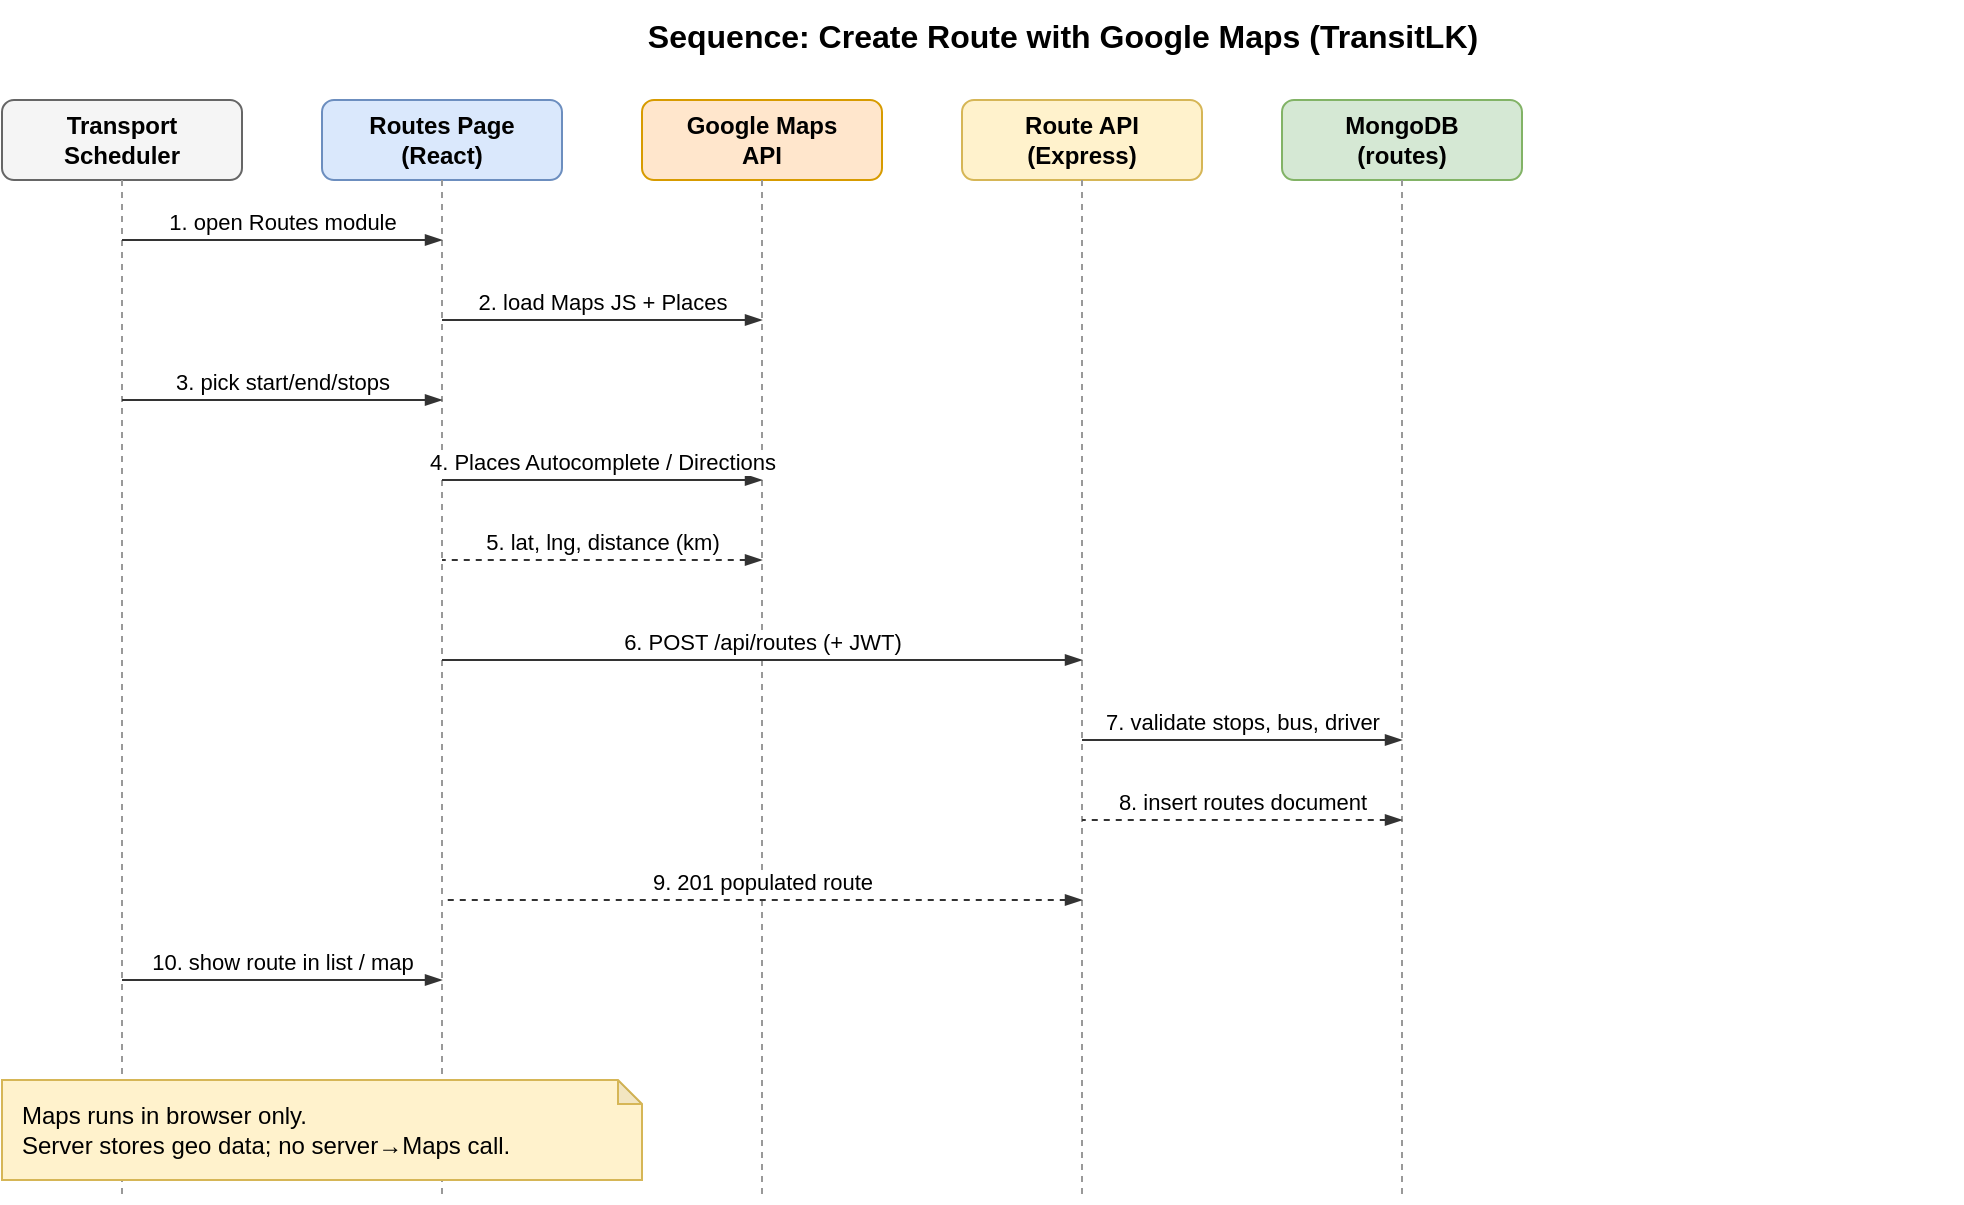
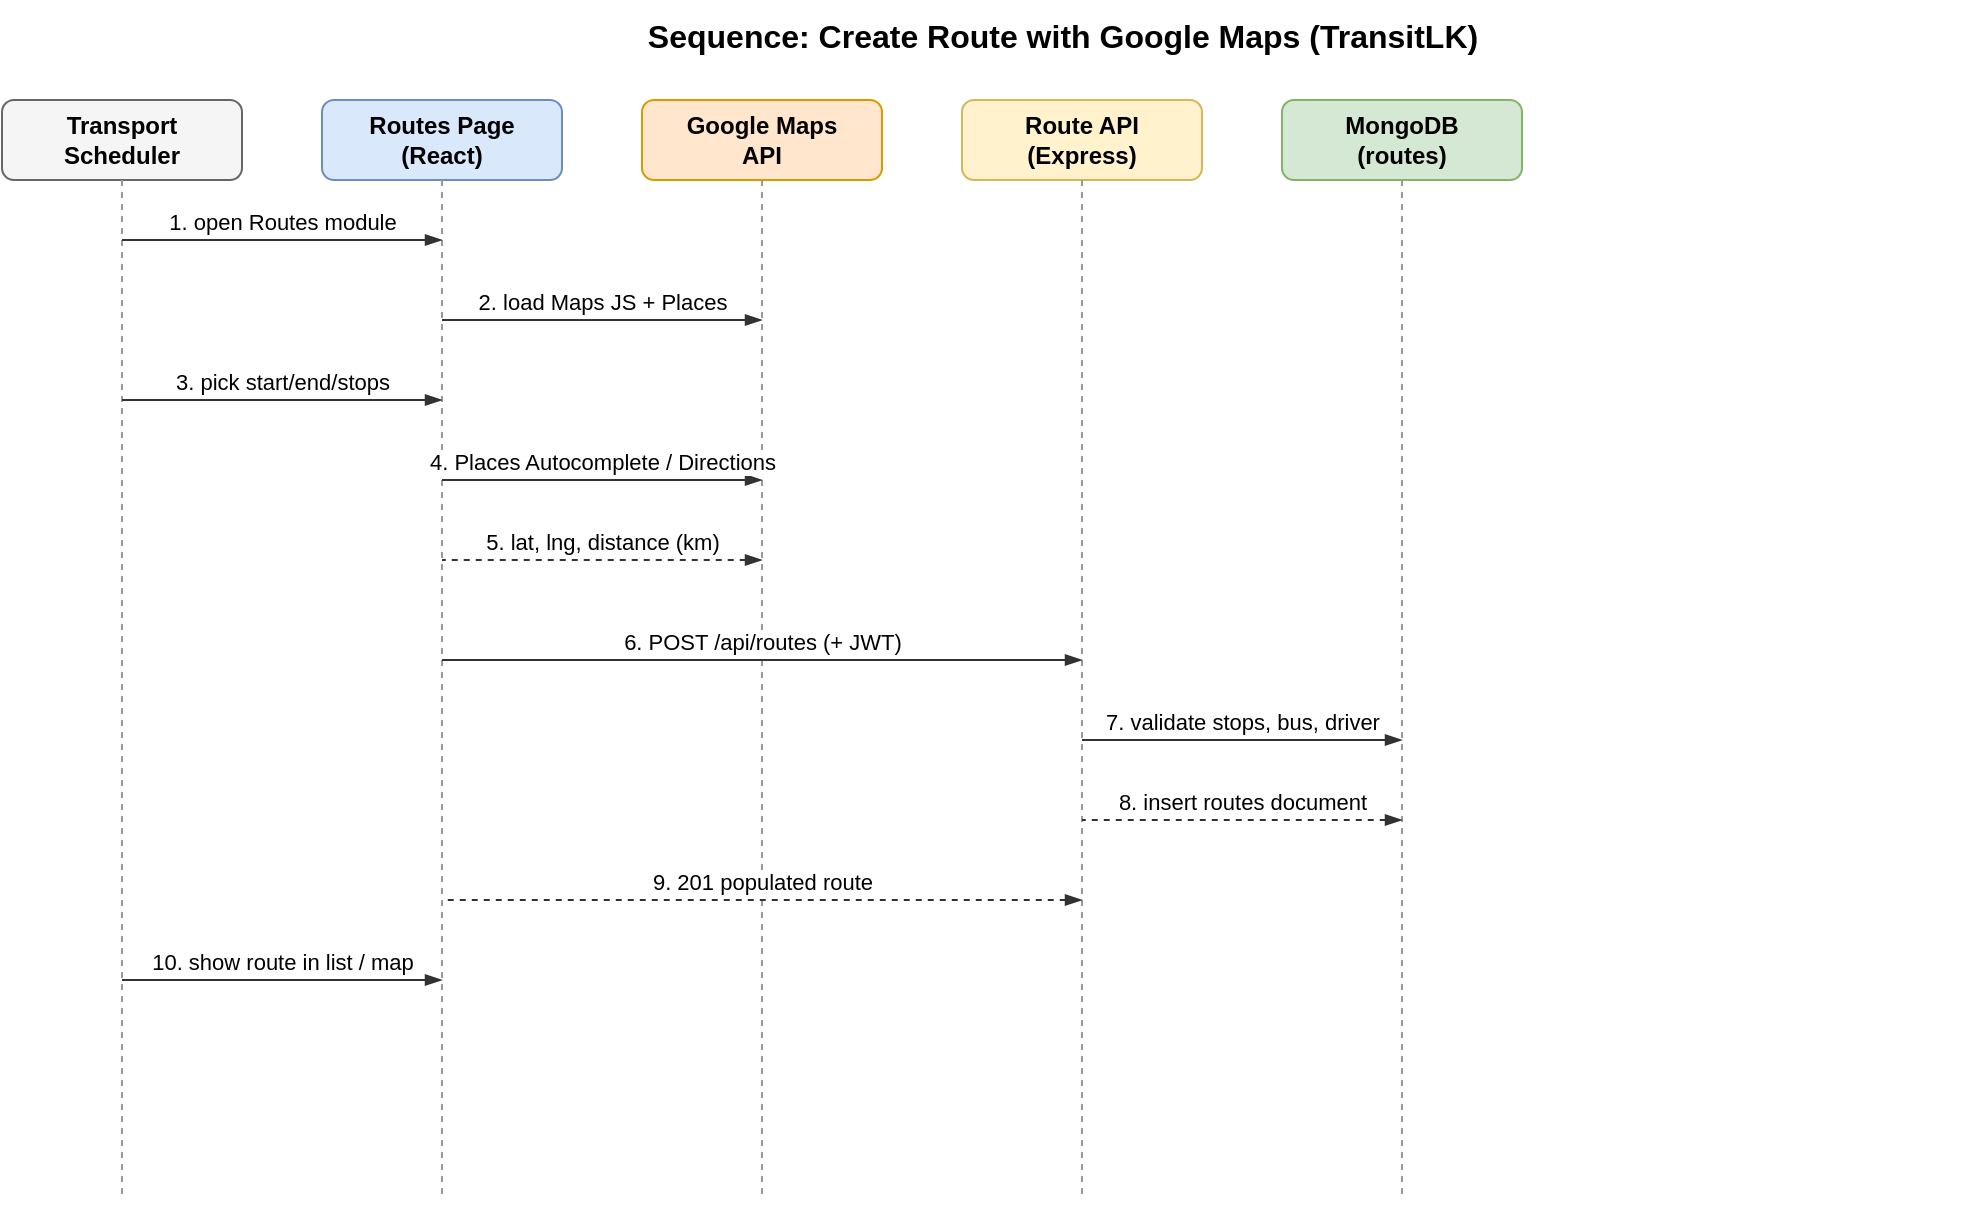
- <?xml version="1.0" encoding="UTF-8"?>
- <mxfile host="app.diagrams.net" agent="TransitLK" version="22.1.0" type="device">
+ <mxfile host="Electron" agent="TransitLK">
  <diagram id="02-create-route-with-maps" name="02-create-route-with-maps">
-     <mxGraphModel dx="1200" dy="800" grid="1" gridSize="10" guides="1" tooltips="1" connect="1" arrows="1" fold="1" page="1" pageScale="1" pageWidth="1100" pageHeight="640" math="0" shadow="0">
+     <mxGraphModel dx="993" dy="744" grid="0" gridSize="10" guides="1" tooltips="1" connect="1" arrows="1" fold="1" page="1" pageScale="1" pageWidth="1100" pageHeight="640" math="0" shadow="0">
      <root>
-         <mxCell id="0"/>
-         <mxCell id="1" parent="0"/>
-         <mxCell id="2" value="Sequence: Create Route with Google Maps (TransitLK)" style="text;html=1;strokeColor=none;fillColor=none;align=center;verticalAlign=middle;fontStyle=1;fontSize=16;" vertex="1" parent="1">
-           <mxGeometry x="120" y="20" width="900" height="36" as="geometry"/>
+         <mxCell id="0" />
+         <mxCell id="1" parent="0" />
+         <mxCell id="2" parent="1" style="text;html=1;strokeColor=none;fillColor=none;align=center;verticalAlign=middle;fontStyle=1;fontSize=16;" value="Sequence: Create Route with Google Maps (TransitLK)" vertex="1">
+           <mxGeometry height="36" width="900" x="120" y="20" as="geometry" />
        </mxCell>
-         <mxCell id="3" value="Transport&lt;br&gt;Scheduler" style="rounded=1;whiteSpace=wrap;html=1;fillColor=#f5f5f5;strokeColor=#666666;fontStyle=1;align=center;" vertex="1" parent="1">
-           <mxGeometry x="40" y="70" width="120" height="40" as="geometry"/>
+         <mxCell id="3" parent="1" style="rounded=1;whiteSpace=wrap;html=1;fillColor=#f5f5f5;strokeColor=#666666;fontStyle=1;align=center;" value="Transport&lt;br&gt;Scheduler" vertex="1">
+           <mxGeometry height="40" width="120" x="40" y="70" as="geometry" />
        </mxCell>
-         <mxCell id="4" value="" style="endArrow=none;dashed=1;html=1;strokeColor=#999999;" edge="1" parent="1">
+         <mxCell id="4" edge="1" parent="1" style="endArrow=none;dashed=1;html=1;strokeColor=#999999;" value="">
          <mxGeometry relative="1" as="geometry">
-             <mxPoint x="100" y="110" as="sourcePoint"/>
-             <mxPoint x="100" y="620" as="targetPoint"/>
+             <mxPoint x="100" y="110" as="sourcePoint" />
+             <mxPoint x="100" y="620" as="targetPoint" />
          </mxGeometry>
        </mxCell>
-         <mxCell id="5" value="Routes Page&lt;br&gt;(React)" style="rounded=1;whiteSpace=wrap;html=1;fillColor=#dae8fc;strokeColor=#6c8ebf;fontStyle=1;align=center;" vertex="1" parent="1">
-           <mxGeometry x="200" y="70" width="120" height="40" as="geometry"/>
+         <mxCell id="5" parent="1" style="rounded=1;whiteSpace=wrap;html=1;fillColor=#dae8fc;strokeColor=#6c8ebf;fontStyle=1;align=center;" value="Routes Page&lt;br&gt;(React)" vertex="1">
+           <mxGeometry height="40" width="120" x="200" y="70" as="geometry" />
        </mxCell>
-         <mxCell id="6" value="" style="endArrow=none;dashed=1;html=1;strokeColor=#999999;" edge="1" parent="1">
+         <mxCell id="6" edge="1" parent="1" style="endArrow=none;dashed=1;html=1;strokeColor=#999999;" value="">
          <mxGeometry relative="1" as="geometry">
-             <mxPoint x="260" y="110" as="sourcePoint"/>
-             <mxPoint x="260" y="620" as="targetPoint"/>
+             <mxPoint x="260" y="110" as="sourcePoint" />
+             <mxPoint x="260" y="620" as="targetPoint" />
          </mxGeometry>
        </mxCell>
-         <mxCell id="7" value="Google Maps&lt;br&gt;API" style="rounded=1;whiteSpace=wrap;html=1;fillColor=#ffe6cc;strokeColor=#d79b00;fontStyle=1;align=center;" vertex="1" parent="1">
-           <mxGeometry x="360" y="70" width="120" height="40" as="geometry"/>
+         <mxCell id="7" parent="1" style="rounded=1;whiteSpace=wrap;html=1;fillColor=#ffe6cc;strokeColor=#d79b00;fontStyle=1;align=center;" value="Google Maps&lt;br&gt;API" vertex="1">
+           <mxGeometry height="40" width="120" x="360" y="70" as="geometry" />
        </mxCell>
-         <mxCell id="8" value="" style="endArrow=none;dashed=1;html=1;strokeColor=#999999;" edge="1" parent="1">
+         <mxCell id="8" edge="1" parent="1" style="endArrow=none;dashed=1;html=1;strokeColor=#999999;" value="">
          <mxGeometry relative="1" as="geometry">
-             <mxPoint x="420" y="110" as="sourcePoint"/>
-             <mxPoint x="420" y="620" as="targetPoint"/>
+             <mxPoint x="420" y="110" as="sourcePoint" />
+             <mxPoint x="420" y="620" as="targetPoint" />
          </mxGeometry>
        </mxCell>
-         <mxCell id="9" value="Route API&lt;br&gt;(Express)" style="rounded=1;whiteSpace=wrap;html=1;fillColor=#fff2cc;strokeColor=#d6b656;fontStyle=1;align=center;" vertex="1" parent="1">
-           <mxGeometry x="520" y="70" width="120" height="40" as="geometry"/>
+         <mxCell id="9" parent="1" style="rounded=1;whiteSpace=wrap;html=1;fillColor=#fff2cc;strokeColor=#d6b656;fontStyle=1;align=center;" value="Route API&lt;br&gt;(Express)" vertex="1">
+           <mxGeometry height="40" width="120" x="520" y="70" as="geometry" />
        </mxCell>
-         <mxCell id="10" value="" style="endArrow=none;dashed=1;html=1;strokeColor=#999999;" edge="1" parent="1">
+         <mxCell id="10" edge="1" parent="1" style="endArrow=none;dashed=1;html=1;strokeColor=#999999;" value="">
          <mxGeometry relative="1" as="geometry">
-             <mxPoint x="580" y="110" as="sourcePoint"/>
-             <mxPoint x="580" y="620" as="targetPoint"/>
+             <mxPoint x="580" y="110" as="sourcePoint" />
+             <mxPoint x="580" y="620" as="targetPoint" />
          </mxGeometry>
        </mxCell>
-         <mxCell id="11" value="MongoDB&lt;br&gt;(routes)" style="rounded=1;whiteSpace=wrap;html=1;fillColor=#d5e8d4;strokeColor=#82b366;fontStyle=1;align=center;" vertex="1" parent="1">
-           <mxGeometry x="680" y="70" width="120" height="40" as="geometry"/>
+         <mxCell id="11" parent="1" style="rounded=1;whiteSpace=wrap;html=1;fillColor=#d5e8d4;strokeColor=#82b366;fontStyle=1;align=center;" value="MongoDB&lt;br&gt;(routes)" vertex="1">
+           <mxGeometry height="40" width="120" x="680" y="70" as="geometry" />
        </mxCell>
-         <mxCell id="12" value="" style="endArrow=none;dashed=1;html=1;strokeColor=#999999;" edge="1" parent="1">
+         <mxCell id="12" edge="1" parent="1" style="endArrow=none;dashed=1;html=1;strokeColor=#999999;" value="">
          <mxGeometry relative="1" as="geometry">
-             <mxPoint x="740" y="110" as="sourcePoint"/>
-             <mxPoint x="740" y="620" as="targetPoint"/>
+             <mxPoint x="740" y="110" as="sourcePoint" />
+             <mxPoint x="740" y="620" as="targetPoint" />
          </mxGeometry>
        </mxCell>
-         <mxCell id="13" value="1. open Routes module" style="endArrow=blockThin;endFill=1;startArrow=none;html=1;strokeColor=#333333;fontSize=11;verticalAlign=bottom;labelBackgroundColor=#ffffff;" edge="1" parent="1">
+         <mxCell id="13" edge="1" parent="1" style="endArrow=blockThin;endFill=1;startArrow=none;html=1;strokeColor=#333333;fontSize=11;verticalAlign=bottom;labelBackgroundColor=#ffffff;" value="1. open Routes module">
          <mxGeometry relative="1" as="geometry">
-             <mxPoint x="100" y="140" as="sourcePoint"/>
-             <mxPoint x="260" y="140" as="targetPoint"/>
+             <mxPoint x="100" y="140" as="sourcePoint" />
+             <mxPoint x="260" y="140" as="targetPoint" />
          </mxGeometry>
        </mxCell>
-         <mxCell id="14" value="2. load Maps JS + Places" style="endArrow=blockThin;endFill=1;startArrow=none;html=1;strokeColor=#333333;fontSize=11;verticalAlign=bottom;labelBackgroundColor=#ffffff;" edge="1" parent="1">
+         <mxCell id="14" edge="1" parent="1" style="endArrow=blockThin;endFill=1;startArrow=none;html=1;strokeColor=#333333;fontSize=11;verticalAlign=bottom;labelBackgroundColor=#ffffff;" value="2. load Maps JS + Places">
          <mxGeometry relative="1" as="geometry">
-             <mxPoint x="260" y="180" as="sourcePoint"/>
-             <mxPoint x="420" y="180" as="targetPoint"/>
+             <mxPoint x="260" y="180" as="sourcePoint" />
+             <mxPoint x="420" y="180" as="targetPoint" />
          </mxGeometry>
        </mxCell>
-         <mxCell id="15" value="3. pick start/end/stops" style="endArrow=blockThin;endFill=1;startArrow=none;html=1;strokeColor=#333333;fontSize=11;verticalAlign=bottom;labelBackgroundColor=#ffffff;" edge="1" parent="1">
+         <mxCell id="15" edge="1" parent="1" style="endArrow=blockThin;endFill=1;startArrow=none;html=1;strokeColor=#333333;fontSize=11;verticalAlign=bottom;labelBackgroundColor=#ffffff;" value="3. pick start/end/stops">
          <mxGeometry relative="1" as="geometry">
-             <mxPoint x="100" y="220" as="sourcePoint"/>
-             <mxPoint x="260" y="220" as="targetPoint"/>
+             <mxPoint x="100" y="220" as="sourcePoint" />
+             <mxPoint x="260" y="220" as="targetPoint" />
          </mxGeometry>
        </mxCell>
-         <mxCell id="16" value="4. Places Autocomplete / Directions" style="endArrow=blockThin;endFill=1;startArrow=none;html=1;strokeColor=#333333;fontSize=11;verticalAlign=bottom;labelBackgroundColor=#ffffff;" edge="1" parent="1">
+         <mxCell id="16" edge="1" parent="1" style="endArrow=blockThin;endFill=1;startArrow=none;html=1;strokeColor=#333333;fontSize=11;verticalAlign=bottom;labelBackgroundColor=#ffffff;" value="4. Places Autocomplete / Directions">
          <mxGeometry relative="1" as="geometry">
-             <mxPoint x="260" y="260" as="sourcePoint"/>
-             <mxPoint x="420" y="260" as="targetPoint"/>
+             <mxPoint x="260" y="260" as="sourcePoint" />
+             <mxPoint x="420" y="260" as="targetPoint" />
          </mxGeometry>
        </mxCell>
-         <mxCell id="17" value="5. lat, lng, distance (km)" style="startArrow=blockThin;startFill=1;endArrow=none;dashed=1;html=1;strokeColor=#333333;fontSize=11;verticalAlign=bottom;labelBackgroundColor=#ffffff;" edge="1" parent="1">
+         <mxCell id="17" edge="1" parent="1" style="startArrow=blockThin;startFill=1;endArrow=none;dashed=1;html=1;strokeColor=#333333;fontSize=11;verticalAlign=bottom;labelBackgroundColor=#ffffff;" value="5. lat, lng, distance (km)">
          <mxGeometry relative="1" as="geometry">
-             <mxPoint x="420" y="300" as="sourcePoint"/>
-             <mxPoint x="260" y="300" as="targetPoint"/>
+             <mxPoint x="420" y="300" as="sourcePoint" />
+             <mxPoint x="260" y="300" as="targetPoint" />
          </mxGeometry>
        </mxCell>
-         <mxCell id="18" value="6. POST /api/routes (+ JWT)" style="endArrow=blockThin;endFill=1;startArrow=none;html=1;strokeColor=#333333;fontSize=11;verticalAlign=bottom;labelBackgroundColor=#ffffff;" edge="1" parent="1">
+         <mxCell id="18" edge="1" parent="1" style="endArrow=blockThin;endFill=1;startArrow=none;html=1;strokeColor=#333333;fontSize=11;verticalAlign=bottom;labelBackgroundColor=#ffffff;" value="6. POST /api/routes (+ JWT)">
          <mxGeometry relative="1" as="geometry">
-             <mxPoint x="260" y="350" as="sourcePoint"/>
-             <mxPoint x="580" y="350" as="targetPoint"/>
+             <mxPoint x="260" y="350" as="sourcePoint" />
+             <mxPoint x="580" y="350" as="targetPoint" />
          </mxGeometry>
        </mxCell>
-         <mxCell id="19" value="7. validate stops, bus, driver" style="endArrow=blockThin;endFill=1;startArrow=none;html=1;strokeColor=#333333;fontSize=11;verticalAlign=bottom;labelBackgroundColor=#ffffff;" edge="1" parent="1">
+         <mxCell id="19" edge="1" parent="1" style="endArrow=blockThin;endFill=1;startArrow=none;html=1;strokeColor=#333333;fontSize=11;verticalAlign=bottom;labelBackgroundColor=#ffffff;" value="7. validate stops, bus, driver">
          <mxGeometry relative="1" as="geometry">
-             <mxPoint x="580" y="390" as="sourcePoint"/>
-             <mxPoint x="740" y="390" as="targetPoint"/>
+             <mxPoint x="580" y="390" as="sourcePoint" />
+             <mxPoint x="740" y="390" as="targetPoint" />
          </mxGeometry>
        </mxCell>
-         <mxCell id="20" value="8. insert routes document" style="startArrow=blockThin;startFill=1;endArrow=none;dashed=1;html=1;strokeColor=#333333;fontSize=11;verticalAlign=bottom;labelBackgroundColor=#ffffff;" edge="1" parent="1">
+         <mxCell id="20" edge="1" parent="1" style="startArrow=blockThin;startFill=1;endArrow=none;dashed=1;html=1;strokeColor=#333333;fontSize=11;verticalAlign=bottom;labelBackgroundColor=#ffffff;" value="8. insert routes document">
          <mxGeometry relative="1" as="geometry">
-             <mxPoint x="740" y="430" as="sourcePoint"/>
-             <mxPoint x="580" y="430" as="targetPoint"/>
+             <mxPoint x="740" y="430" as="sourcePoint" />
+             <mxPoint x="580" y="430" as="targetPoint" />
          </mxGeometry>
        </mxCell>
-         <mxCell id="21" value="9. 201 populated route" style="startArrow=blockThin;startFill=1;endArrow=none;dashed=1;html=1;strokeColor=#333333;fontSize=11;verticalAlign=bottom;labelBackgroundColor=#ffffff;" edge="1" parent="1">
+         <mxCell id="21" edge="1" parent="1" style="startArrow=blockThin;startFill=1;endArrow=none;dashed=1;html=1;strokeColor=#333333;fontSize=11;verticalAlign=bottom;labelBackgroundColor=#ffffff;" value="9. 201 populated route">
          <mxGeometry relative="1" as="geometry">
-             <mxPoint x="580" y="470" as="sourcePoint"/>
-             <mxPoint x="260" y="470" as="targetPoint"/>
+             <mxPoint x="580" y="470" as="sourcePoint" />
+             <mxPoint x="260" y="470" as="targetPoint" />
          </mxGeometry>
        </mxCell>
-         <mxCell id="22" value="10. show route in list / map" style="startArrow=blockThin;startFill=1;endArrow=none;html=1;strokeColor=#333333;fontSize=11;verticalAlign=bottom;labelBackgroundColor=#ffffff;" edge="1" parent="1">
+         <mxCell id="22" edge="1" parent="1" style="startArrow=blockThin;startFill=1;endArrow=none;html=1;strokeColor=#333333;fontSize=11;verticalAlign=bottom;labelBackgroundColor=#ffffff;" value="10. show route in list / map">
          <mxGeometry relative="1" as="geometry">
-             <mxPoint x="260" y="510" as="sourcePoint"/>
-             <mxPoint x="100" y="510" as="targetPoint"/>
+             <mxPoint x="260" y="510" as="sourcePoint" />
+             <mxPoint x="100" y="510" as="targetPoint" />
          </mxGeometry>
-         </mxCell>
-         <mxCell id="23" value="Maps runs in browser only.&lt;br&gt;Server stores geo data; no server→Maps call." style="shape=note;whiteSpace=wrap;html=1;backgroundOutline=1;darkOpacity=0.05;fillColor=#fff2cc;strokeColor=#d6b656;size=12;align=left;spacingLeft=8;" vertex="1" parent="1">
-           <mxGeometry x="40" y="560" width="320" height="50" as="geometry"/>
        </mxCell>
      </root>
    </mxGraphModel>
  </diagram>
- </mxfile>+ </mxfile>
